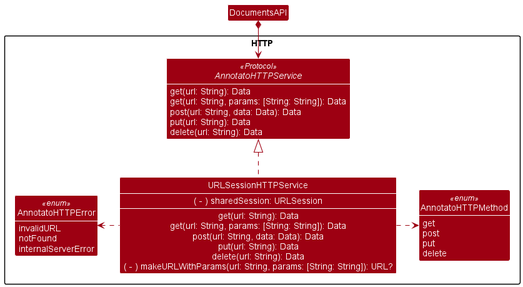
This is docs/diagrams/http-class-diagram.png from Annotato/annotato, a PlantUML export, as it was before one commit. Source of this version:
```plantuml
@startuml
!include style.puml
skinparam arrowThickness 1.1
skinparam arrowColor MODEL_COLOR
skinparam classBackgroundColor MODEL_COLOR

Package "HTTP" {
    Interface AnnotatoHTTPService <<Protocol>> {

        get(url: String): Data
        get(url: String, params: [String: String]): Data
        post(url: String, data: Data): Data
        put(url: String): Data
        delete(url: String): Data
    }

    Class URLSessionHTTPService {
        ( - ) sharedSession: URLSession
        --
        get(url: String): Data
        get(url: String, params: [String: String]): Data
        post(url: String, data: Data): Data
        put(url: String): Data
        delete(url: String): Data
        ( - ) makeURLWithParams(url: String, params: [String: String]): URL?
    }

    Enum AnnotatoHTTPError <<enum>> {
        invalidURL
        notFound
        internalServerError
    }

    Enum AnnotatoHTTPMethod <<enum>> {
        get
        post
        put
        delete
    }
}

URLSessionHTTPService .up.|> AnnotatoHTTPService
URLSessionHTTPService .left.> AnnotatoHTTPError
URLSessionHTTPService .right.> AnnotatoHTTPMethod

DocumentsAPI *-down-> AnnotatoHTTPService

@enduml
```
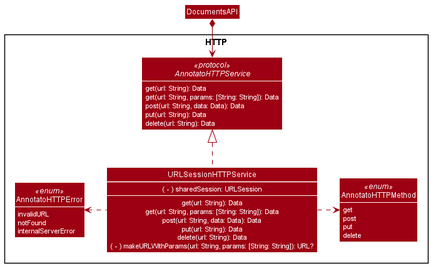
The same diagram one commit later.

Commit message:
Make 'protocol' lowercase

What changed in the source:
```diff
@@ -5,8 +5,7 @@
 skinparam classBackgroundColor MODEL_COLOR
 
 Package "HTTP" {
-    Interface AnnotatoHTTPService <<Protocol>> {
-
+    Interface AnnotatoHTTPService <<protocol>> {
         get(url: String): Data
         get(url: String, params: [String: String]): Data
         post(url: String, data: Data): Data
```
